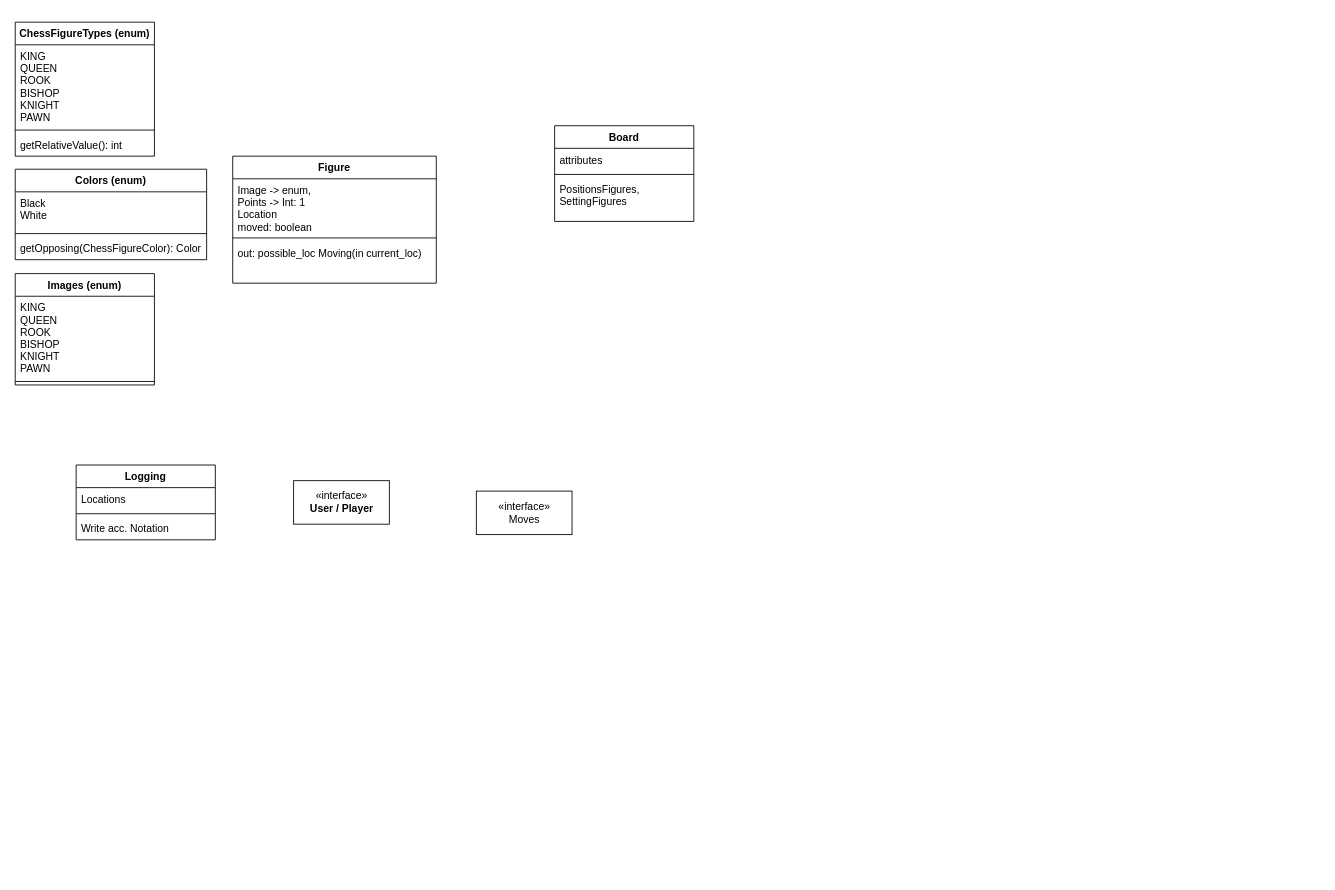
Before: Unbenanntes Diagramm.drawio in Bl8nk20/Chess, a draw.io diagram. Source tidied: cells renumbered, new cells numbered last; positions are measured from the earlier drawing's top-left corner, leaving out a move shared by most shapes. Both pictures are drawn from the tidied source at 87%, with x=0, y=0 at pixel (15, 22).
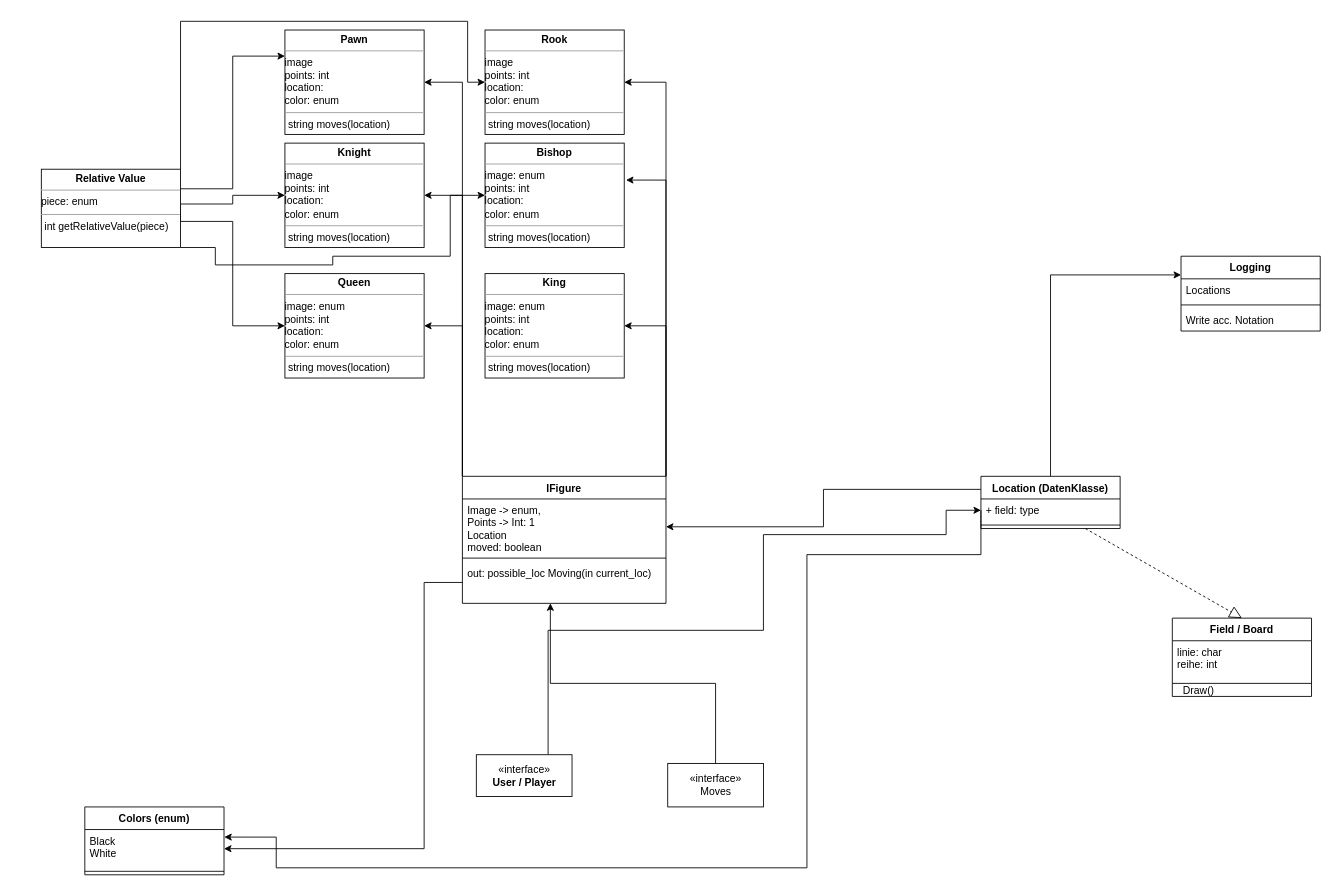
The same diagram, later.

Unchanged cells that the change refers to:
```xml
<mxCell id="7" value="Image -&gt; enum,&#10;Points -&gt; Int: 1&#10;Location&#10;moved: boolean" style="text;strokeColor=none;fillColor=none;align=left;verticalAlign=top;spacingLeft=4;spacingRight=4;overflow=hidden;points=[[0,0.5],[1,0.5]];portConstraint=eastwest;" parent="6" vertex="1">
  <mxGeometry y="26" width="234" height="64" as="geometry" />
</mxCell>
<mxCell id="9" value="out: possible_loc Moving(in current_loc)" style="text;strokeColor=none;fillColor=none;align=left;verticalAlign=top;spacingLeft=4;spacingRight=4;overflow=hidden;points=[[0,0.5],[1,0.5]];portConstraint=eastwest;" parent="6" vertex="1">
  <mxGeometry y="98" width="234" height="48" as="geometry" />
</mxCell>
```

Diff of the diagram source:
```diff
@@
-    <mxCell id="2" value="Board" style="swimlane;fontStyle=1;align=center;verticalAlign=top;horizontal=1;startSize=26;" parent="1" vertex="1">
-      <mxGeometry x="620" y="119" width="160" height="110" as="geometry" />
-    </mxCell>
-    <mxCell id="3" value="attributes" style="text;strokeColor=none;fillColor=none;align=left;verticalAlign=top;spacingLeft=4;spacingRight=4;overflow=hidden;" parent="2" vertex="1">
-      <mxGeometry y="26" width="160" height="26" as="geometry" />
-    </mxCell>
-    <mxCell id="4" style="line;strokeWidth=1;fillColor=none;align=left;verticalAlign=middle;spacingTop=-1;spacingLeft=3;spacingRight=3;labelPosition=right;strokeColor=inherit;" parent="2" vertex="1">
-      <mxGeometry y="52" width="160" height="8" as="geometry" />
-    </mxCell>
-    <mxCell id="5" value="PositionsFigures,&#10;SettingFigures&#10;" style="text;strokeColor=none;fillColor=none;align=left;verticalAlign=top;spacingLeft=4;spacingRight=4;overflow=hidden;" parent="2" vertex="1">
-      <mxGeometry y="60" width="160" height="50" as="geometry" />
-    </mxCell>
+    <mxCell id="27" style="edgeStyle=orthogonalEdgeStyle;rounded=0;jettySize=auto;html=1;exitX=0;exitY=0;exitDx=0;exitDy=0;entryX=1;entryY=0.5;entryDx=0;entryDy=0;" parent="1" edge="1" source="6" target="49">
+      <mxGeometry relative="1" as="geometry" />
+    </mxCell>
+    <mxCell id="28" style="edgeStyle=orthogonalEdgeStyle;rounded=0;jettySize=auto;html=1;exitX=0;exitY=0;exitDx=0;exitDy=0;entryX=1;entryY=0.5;entryDx=0;entryDy=0;" parent="1" edge="1" source="6" target="50">
+      <mxGeometry relative="1" as="geometry" />
+    </mxCell>
+    <mxCell id="29" style="edgeStyle=orthogonalEdgeStyle;rounded=0;jettySize=auto;html=1;exitX=0;exitY=0;exitDx=0;exitDy=0;entryX=1;entryY=0.5;entryDx=0;entryDy=0;" parent="1" edge="1" source="6" target="45">
+      <mxGeometry relative="1" as="geometry" />
+    </mxCell>
+    <mxCell id="30" style="edgeStyle=orthogonalEdgeStyle;rounded=0;jettySize=auto;html=1;exitX=1;exitY=0;exitDx=0;exitDy=0;entryX=1;entryY=0.5;entryDx=0;entryDy=0;" parent="1" edge="1" source="6" target="48">
+      <mxGeometry relative="1" as="geometry" />
+    </mxCell>
+    <mxCell id="31" style="edgeStyle=orthogonalEdgeStyle;rounded=0;jettySize=auto;html=1;exitX=1;exitY=0;exitDx=0;exitDy=0;entryX=1.013;entryY=0.354;entryDx=0;entryDy=0;entryPerimeter=0;" parent="1" edge="1" source="6" target="47">
+      <mxGeometry relative="1" as="geometry">
+        <Array as="points">
+          <mxPoint x="748" y="181" />
+        </Array>
+      </mxGeometry>
+    </mxCell>
+    <mxCell id="32" style="edgeStyle=orthogonalEdgeStyle;rounded=0;jettySize=auto;html=1;exitX=1;exitY=0;exitDx=0;exitDy=0;entryX=1;entryY=0.5;entryDx=0;entryDy=0;" parent="1" edge="1" source="6" target="46">
+      <mxGeometry relative="1" as="geometry" />
+    </mxCell>
-    <mxCell id="6" value="Figure" style="swimlane;fontStyle=1;align=center;verticalAlign=top;horizontal=1;startSize=26;" parent="1" vertex="1">
-      <mxGeometry x="250" y="154" width="234" height="146" as="geometry" />
+    <mxCell id="6" value="IFigure" style="swimlane;fontStyle=1;align=center;verticalAlign=top;horizontal=1;startSize=26;" parent="1" vertex="1">
+      <mxGeometry x="514" y="522" width="234" height="146" as="geometry" />
     </mxCell>
@@
+    <mxCell id="33" style="edgeStyle=orthogonalEdgeStyle;rounded=0;jettySize=auto;html=1;exitX=0.5;exitY=0;exitDx=0;exitDy=0;entryX=0.432;entryY=1;entryDx=0;entryDy=0;entryPerimeter=0;" parent="1" edge="1" source="10" target="9">
+      <mxGeometry relative="1" as="geometry" />
+    </mxCell>
     <mxCell id="10" value="&lt;div&gt;«interface»&lt;/div&gt;Moves" style="html=1;" parent="1" vertex="1">
-      <mxGeometry x="530" y="539" width="110" height="50" as="geometry" />
+      <mxGeometry x="750" y="852" width="110" height="50" as="geometry" />
     </mxCell>
+    <mxCell id="34" style="edgeStyle=orthogonalEdgeStyle;rounded=0;jettySize=auto;html=1;exitX=0.75;exitY=0;exitDx=0;exitDy=0;entryX=0;entryY=0.5;entryDx=0;entryDy=0;" parent="1" edge="1" source="11" target="41">
+      <mxGeometry relative="1" as="geometry">
+        <Array as="points">
+          <mxPoint x="612" y="699" />
+          <mxPoint x="860" y="699" />
+          <mxPoint x="860" y="589" />
+          <mxPoint x="1070" y="589" />
+          <mxPoint x="1070" y="561" />
+        </Array>
+      </mxGeometry>
+    </mxCell>
     <mxCell id="11" value="&lt;div&gt;«interface»&lt;/div&gt;&lt;div&gt;&lt;b&gt;User / Player&lt;/b&gt;&lt;/div&gt;" style="html=1;" parent="1" vertex="1">
-      <mxGeometry x="320" y="527" width="110" height="50" as="geometry" />
+      <mxGeometry x="530" y="842" width="110" height="48" as="geometry" />
     </mxCell>
     <mxCell id="12" value="Logging" style="swimlane;fontStyle=1;align=center;verticalAlign=top;horizontal=1;startSize=26;" parent="1" vertex="1">
-      <mxGeometry x="70" y="509" width="160" height="86" as="geometry" />
+      <mxGeometry x="1340" y="269" width="160" height="86" as="geometry" />
     </mxCell>
@@
-    <mxCell id="16" value="Images (enum)" style="swimlane;fontStyle=1;align=center;verticalAlign=top;horizontal=1;startSize=26;" parent="1" vertex="1">
-      <mxGeometry y="289" width="160" height="128" as="geometry" />
-    </mxCell>
-    <mxCell id="17" value="KING&#10;QUEEN&#10;ROOK&#10;BISHOP&#10;KNIGHT&#10;PAWN&#10;" style="text;strokeColor=none;fillColor=none;align=left;verticalAlign=top;spacingLeft=4;spacingRight=4;overflow=hidden;" parent="16" vertex="1">
-      <mxGeometry y="26" width="160" height="94" as="geometry" />
-    </mxCell>
-    <mxCell id="18" style="line;strokeWidth=1;fillColor=none;align=left;verticalAlign=middle;spacingTop=-1;spacingLeft=3;spacingRight=3;labelPosition=right;strokeColor=inherit;" parent="16" vertex="1">
-      <mxGeometry y="120" width="160" height="8" as="geometry" />
-    </mxCell>
-    <mxCell id="19" value="ChessFigureTypes (enum)" style="swimlane;fontStyle=1;align=center;verticalAlign=top;horizontal=1;startSize=26;" parent="1" vertex="1">
-      <mxGeometry width="160" height="154" as="geometry" />
-    </mxCell>
-    <mxCell id="20" value="KING&#10;QUEEN&#10;ROOK&#10;BISHOP&#10;KNIGHT&#10;PAWN&#10;" style="text;strokeColor=none;fillColor=none;align=left;verticalAlign=top;spacingLeft=4;spacingRight=4;overflow=hidden;" parent="19" vertex="1">
-      <mxGeometry y="26" width="160" height="94" as="geometry" />
-    </mxCell>
-    <mxCell id="21" style="line;strokeWidth=1;fillColor=none;align=left;verticalAlign=middle;spacingTop=-1;spacingLeft=3;spacingRight=3;labelPosition=right;strokeColor=inherit;" parent="19" vertex="1">
-      <mxGeometry y="120" width="160" height="8" as="geometry" />
-    </mxCell>
-    <mxCell id="22" value="getRelativeValue(): int" style="text;strokeColor=none;fillColor=none;align=left;verticalAlign=top;spacingLeft=4;spacingRight=4;overflow=hidden;" parent="19" vertex="1">
-      <mxGeometry y="128" width="160" height="26" as="geometry" />
-    </mxCell>
     <mxCell id="23" value="Colors (enum)" style="swimlane;fontStyle=1;align=center;verticalAlign=top;horizontal=1;startSize=26;" parent="1" vertex="1">
-      <mxGeometry y="169" width="220" height="104" as="geometry" />
+      <mxGeometry x="80" y="902" width="160" height="78" as="geometry" />
     </mxCell>
     <mxCell id="24" value="Black&#10;White&#10;" style="text;strokeColor=none;fillColor=none;align=left;verticalAlign=top;spacingLeft=4;spacingRight=4;overflow=hidden;points=[[0,0.5],[1,0.5]];portConstraint=eastwest;" parent="23" vertex="1">
-      <mxGeometry y="26" width="220" height="44" as="geometry" />
+      <mxGeometry y="26" width="160" height="44" as="geometry" />
     </mxCell>
     <mxCell id="25" style="line;strokeWidth=1;fillColor=none;align=left;verticalAlign=middle;spacingTop=-1;spacingLeft=3;spacingRight=3;labelPosition=right;strokeColor=inherit;" parent="23" vertex="1">
-      <mxGeometry y="70" width="220" height="8" as="geometry" />
+      <mxGeometry y="70" width="160" height="8" as="geometry" />
     </mxCell>
-    <mxCell id="26" value="getOpposing(ChessFigureColor): Color " style="text;strokeColor=none;fillColor=none;align=left;verticalAlign=top;spacingLeft=4;spacingRight=4;overflow=hidden;" parent="23" vertex="1">
-      <mxGeometry y="78" width="220" height="26" as="geometry" />
-    </mxCell>
+    <mxCell id="35" value="Field / Board" style="swimlane;fontStyle=1;align=center;verticalAlign=top;horizontal=1;startSize=26;" parent="1" vertex="1">
+      <mxGeometry x="1330" y="685" width="160" height="90" as="geometry" />
+    </mxCell>
+    <mxCell id="36" value="linie: char&#10;reihe: int&#10;" style="text;strokeColor=none;fillColor=none;align=left;verticalAlign=top;spacingLeft=4;spacingRight=4;overflow=hidden;" parent="35" vertex="1">
+      <mxGeometry y="26" width="160" height="34" as="geometry" />
+    </mxCell>
+    <mxCell id="37" style="line;strokeWidth=1;fillColor=none;align=left;verticalAlign=middle;spacingTop=-1;spacingLeft=3;spacingRight=3;labelPosition=right;strokeColor=inherit;" parent="35" vertex="1">
+      <mxGeometry y="60" width="160" height="30" as="geometry" />
+    </mxCell>
+    <mxCell id="38" style="edgeStyle=orthogonalEdgeStyle;rounded=0;jettySize=auto;html=1;exitX=0;exitY=0.25;exitDx=0;exitDy=0;entryX=1;entryY=0.5;entryDx=0;entryDy=0;" parent="1" edge="1" source="40" target="7">
+      <mxGeometry relative="1" as="geometry" />
+    </mxCell>
+    <mxCell id="39" style="edgeStyle=orthogonalEdgeStyle;rounded=0;jettySize=auto;html=1;exitX=0.5;exitY=0;exitDx=0;exitDy=0;entryX=0;entryY=0.25;entryDx=0;entryDy=0;" parent="1" edge="1" source="40" target="12">
+      <mxGeometry relative="1" as="geometry" />
+    </mxCell>
+    <mxCell id="40" value="Location (DatenKlasse)" style="swimlane;fontStyle=1;align=center;verticalAlign=top;horizontal=1;startSize=26;" parent="1" vertex="1">
+      <mxGeometry x="1110" y="522" width="160" height="60" as="geometry" />
+    </mxCell>
+    <mxCell id="41" value="+ field: type" style="text;strokeColor=none;fillColor=none;align=left;verticalAlign=top;spacingLeft=4;spacingRight=4;overflow=hidden;points=[[0,0.5],[1,0.5]];portConstraint=eastwest;" parent="40" vertex="1">
+      <mxGeometry y="26" width="160" height="26" as="geometry" />
+    </mxCell>
+    <mxCell id="4" style="line;strokeWidth=1;fillColor=none;align=left;verticalAlign=middle;spacingTop=-1;spacingLeft=3;spacingRight=3;labelPosition=right;strokeColor=inherit;" parent="40" vertex="1">
+      <mxGeometry y="52" width="160" height="8" as="geometry" />
+    </mxCell>
+    <mxCell id="42" style="endArrow=block;dashed=1;endFill=0;endSize=12;html=1;rounded=0;entryX=0.5;entryY=0;entryDx=0;entryDy=0;exitX=0.75;exitY=1;exitDx=0;exitDy=0;" parent="1" edge="1" source="40" target="35">
+      <mxGeometry relative="1" as="geometry" />
+    </mxCell>
+    <mxCell id="43" style="edgeStyle=orthogonalEdgeStyle;rounded=0;jettySize=auto;html=1;exitX=0;exitY=0.5;exitDx=0;exitDy=0;entryX=1;entryY=0.5;entryDx=0;entryDy=0;" parent="1" edge="1" source="9" target="24">
+      <mxGeometry relative="1" as="geometry">
+        <Array as="points">
+          <mxPoint x="470" y="644" />
+          <mxPoint x="470" y="950" />
+        </Array>
+      </mxGeometry>
+    </mxCell>
+    <mxCell id="44" style="edgeStyle=orthogonalEdgeStyle;rounded=0;jettySize=auto;html=1;exitX=0;exitY=0.5;exitDx=0;exitDy=0;entryX=1.002;entryY=0.197;entryDx=0;entryDy=0;entryPerimeter=0;" parent="1" edge="1" source="41" target="24">
+      <mxGeometry relative="1" as="geometry">
+        <Array as="points">
+          <mxPoint x="1110" y="612" />
+          <mxPoint x="910" y="612" />
+          <mxPoint x="910" y="972" />
+          <mxPoint x="300" y="972" />
+        </Array>
+      </mxGeometry>
+    </mxCell>
+    <mxCell id="45" value="&lt;p style=&quot;margin:0px;margin-top:4px;text-align:center;&quot;&gt;&lt;b&gt;Pawn&lt;/b&gt;&lt;/p&gt;&lt;hr size=&quot;1&quot;&gt;&lt;div&gt;image&lt;br&gt;&lt;/div&gt;&lt;div&gt;points: int&lt;/div&gt;&lt;div&gt;location:&lt;/div&gt;&lt;div&gt;color: enum&lt;br&gt;&lt;/div&gt;&lt;hr size=&quot;1&quot;&gt;&lt;p style=&quot;margin:0px;margin-left:4px;&quot;&gt;string moves(location)&lt;/p&gt;" style="verticalAlign=top;align=left;overflow=fill;fontSize=12;fontFamily=Helvetica;html=1;" parent="1" vertex="1">
+      <mxGeometry x="310" y="9" width="160" height="120" as="geometry" />
+    </mxCell>
+    <mxCell id="46" value="&lt;p style=&quot;margin:0px;margin-top:4px;text-align:center;&quot;&gt;&lt;b&gt;Rook&lt;/b&gt;&lt;/p&gt;&lt;hr size=&quot;1&quot;&gt;&lt;div&gt;image&lt;br&gt;&lt;/div&gt;&lt;div&gt;points: int&lt;/div&gt;&lt;div&gt;location:&lt;/div&gt;&lt;div&gt;color: enum&lt;br&gt;&lt;/div&gt;&lt;hr size=&quot;1&quot;&gt;&lt;p style=&quot;margin:0px;margin-left:4px;&quot;&gt;string moves(location)&lt;/p&gt;&lt;p style=&quot;margin:0px;margin-left:4px;&quot;&gt;&lt;/p&gt;" style="verticalAlign=top;align=left;overflow=fill;fontSize=12;fontFamily=Helvetica;html=1;" parent="1" vertex="1">
+      <mxGeometry x="540" y="9" width="160" height="120" as="geometry" />
+    </mxCell>
+    <mxCell id="47" value="&lt;p style=&quot;margin:0px;margin-top:4px;text-align:center;&quot;&gt;&lt;b&gt;Bishop&lt;/b&gt;&lt;/p&gt;&lt;hr size=&quot;1&quot;&gt;&lt;div&gt;image: enum&lt;/div&gt;&lt;div&gt;points: int&lt;/div&gt;&lt;div&gt;location:&lt;/div&gt;&lt;div&gt;color: enum&lt;br&gt;&lt;/div&gt;&lt;hr size=&quot;1&quot;&gt;&lt;p style=&quot;margin:0px;margin-left:4px;&quot;&gt;string moves(location)&lt;/p&gt;&lt;p style=&quot;margin:0px;margin-left:4px;&quot;&gt;&lt;/p&gt;" style="verticalAlign=top;align=left;overflow=fill;fontSize=12;fontFamily=Helvetica;html=1;" parent="1" vertex="1">
+      <mxGeometry x="540" y="139" width="160" height="120" as="geometry" />
+    </mxCell>
+    <mxCell id="48" value="&lt;p style=&quot;margin:0px;margin-top:4px;text-align:center;&quot;&gt;&lt;b&gt;King&lt;/b&gt;&lt;/p&gt;&lt;hr size=&quot;1&quot;&gt;&lt;div&gt;image: enum&lt;/div&gt;&lt;div&gt;points: int&lt;/div&gt;&lt;div&gt;location:&lt;/div&gt;&lt;div&gt;color: enum&lt;br&gt;&lt;/div&gt;&lt;hr size=&quot;1&quot;&gt;&lt;p style=&quot;margin:0px;margin-left:4px;&quot;&gt;string moves(location)&lt;/p&gt;&lt;p style=&quot;margin:0px;margin-left:4px;&quot;&gt;&lt;/p&gt;" style="verticalAlign=top;align=left;overflow=fill;fontSize=12;fontFamily=Helvetica;html=1;" parent="1" vertex="1">
+      <mxGeometry x="540" y="289" width="160" height="120" as="geometry" />
+    </mxCell>
+    <mxCell id="49" value="&lt;p style=&quot;margin:0px;margin-top:4px;text-align:center;&quot;&gt;&lt;b&gt;Queen&lt;/b&gt;&lt;/p&gt;&lt;hr size=&quot;1&quot;&gt;&lt;div&gt;image: enum&lt;/div&gt;&lt;div&gt;points: int&lt;/div&gt;&lt;div&gt;location:&lt;/div&gt;&lt;div&gt;color: enum&lt;br&gt;&lt;/div&gt;&lt;hr size=&quot;1&quot;&gt;&lt;p style=&quot;margin:0px;margin-left:4px;&quot;&gt;string moves(location)&lt;/p&gt;&lt;p style=&quot;margin:0px;margin-left:4px;&quot;&gt;&lt;/p&gt;" style="verticalAlign=top;align=left;overflow=fill;fontSize=12;fontFamily=Helvetica;html=1;" parent="1" vertex="1">
+      <mxGeometry x="310" y="289" width="160" height="120" as="geometry" />
+    </mxCell>
+    <mxCell id="50" value="&lt;p style=&quot;margin:0px;margin-top:4px;text-align:center;&quot;&gt;&lt;b&gt;Knight&lt;/b&gt;&lt;/p&gt;&lt;hr size=&quot;1&quot;&gt;&lt;div&gt;image&lt;br&gt;&lt;/div&gt;&lt;div&gt;points: int&lt;/div&gt;&lt;div&gt;location:&lt;/div&gt;&lt;div&gt;color: enum&lt;br&gt;&lt;/div&gt;&lt;hr size=&quot;1&quot;&gt;&lt;p style=&quot;margin:0px;margin-left:4px;&quot;&gt;string moves(location)&lt;/p&gt;&lt;p style=&quot;margin:0px;margin-left:4px;&quot;&gt;&lt;/p&gt;" style="verticalAlign=top;align=left;overflow=fill;fontSize=12;fontFamily=Helvetica;html=1;" parent="1" vertex="1">
+      <mxGeometry x="310" y="139" width="160" height="120" as="geometry" />
+    </mxCell>
+    <mxCell id="51" style="edgeStyle=orthogonalEdgeStyle;rounded=0;jettySize=auto;html=1;exitX=1;exitY=0.25;exitDx=0;exitDy=0;entryX=0;entryY=0.25;entryDx=0;entryDy=0;" parent="1" edge="1" source="56" target="45">
+      <mxGeometry relative="1" as="geometry" />
+    </mxCell>
+    <mxCell id="52" style="edgeStyle=orthogonalEdgeStyle;rounded=0;jettySize=auto;html=1;exitX=1;exitY=0.5;exitDx=0;exitDy=0;entryX=0;entryY=0.5;entryDx=0;entryDy=0;" parent="1" edge="1" source="56" target="50">
+      <mxGeometry relative="1" as="geometry">
+        <Array as="points">
+          <mxPoint x="190" y="209" />
+          <mxPoint x="250" y="209" />
+          <mxPoint x="250" y="199" />
+        </Array>
+      </mxGeometry>
+    </mxCell>
+    <mxCell id="53" style="edgeStyle=orthogonalEdgeStyle;rounded=0;jettySize=auto;html=1;exitX=1;exitY=0.5;exitDx=0;exitDy=0;entryX=0;entryY=0.5;entryDx=0;entryDy=0;" parent="1" edge="1" source="56" target="49">
+      <mxGeometry relative="1" as="geometry">
+        <Array as="points">
+          <mxPoint x="190" y="229" />
+          <mxPoint x="250" y="229" />
+          <mxPoint x="250" y="349" />
+        </Array>
+      </mxGeometry>
+    </mxCell>
+    <mxCell id="54" style="edgeStyle=orthogonalEdgeStyle;rounded=0;jettySize=auto;html=1;exitX=1;exitY=0;exitDx=0;exitDy=0;entryX=0;entryY=0.5;entryDx=0;entryDy=0;" parent="1" edge="1" source="56" target="46">
+      <mxGeometry relative="1" as="geometry">
+        <Array as="points">
+          <mxPoint x="190" y="-1" />
+          <mxPoint x="520" y="-1" />
+          <mxPoint x="520" y="69" />
+        </Array>
+      </mxGeometry>
+    </mxCell>
+    <mxCell id="55" style="edgeStyle=orthogonalEdgeStyle;rounded=0;jettySize=auto;html=1;exitX=1;exitY=1;exitDx=0;exitDy=0;entryX=0;entryY=0.5;entryDx=0;entryDy=0;" parent="1" edge="1" source="56" target="47">
+      <mxGeometry relative="1" as="geometry">
+        <Array as="points">
+          <mxPoint x="230" y="259" />
+          <mxPoint x="230" y="279" />
+          <mxPoint x="365" y="279" />
+          <mxPoint x="365" y="269" />
+          <mxPoint x="500" y="269" />
+          <mxPoint x="500" y="199" />
+        </Array>
+      </mxGeometry>
+    </mxCell>
+    <mxCell id="56" value="&lt;p style=&quot;margin:0px;margin-top:4px;text-align:center;&quot;&gt;&lt;b&gt;Relative Value&lt;br&gt;&lt;/b&gt;&lt;/p&gt;&lt;hr size=&quot;1&quot;&gt;piece: enum&lt;br&gt;&lt;hr size=&quot;1&quot;&gt;&lt;p style=&quot;margin:0px;margin-left:4px;&quot;&gt;int getRelativeValue(piece)&lt;br&gt;&lt;/p&gt;" style="verticalAlign=top;align=left;overflow=fill;fontSize=12;fontFamily=Helvetica;html=1;" parent="1" vertex="1">
+      <mxGeometry x="30" y="169" width="160" height="90" as="geometry" />
+    </mxCell>
+    <mxCell id="57" value="Draw()" style="text;html=1;align=center;verticalAlign=middle;strokeColor=none;fillColor=none;" parent="1" vertex="1">
+      <mxGeometry x="1330" y="754" width="60" height="30" as="geometry" />
+    </mxCell>
```
